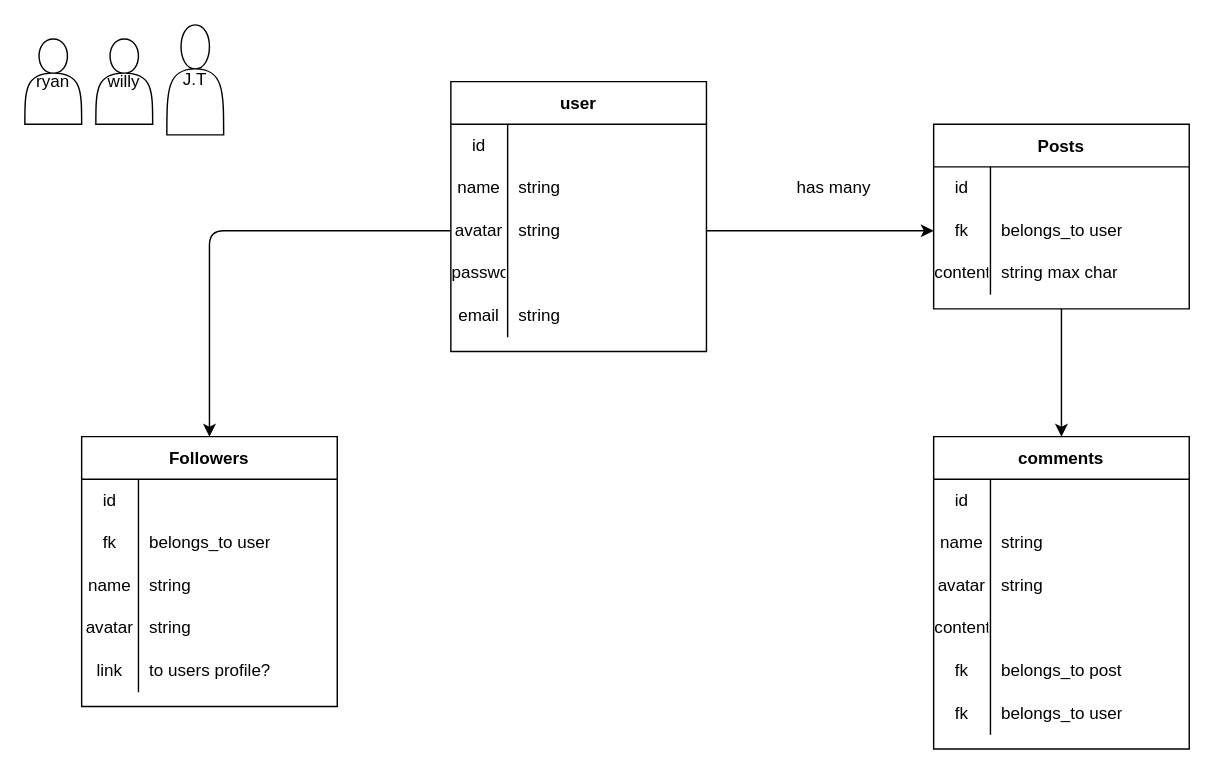
This is drawio.drawio from Bombbilly14/social-media-app, a draw.io file, before an edit. Source tidied: cells renumbered, new cells numbered last; positions are measured from the earlier drawing's top-left corner, leaving out a move shared by most shapes. Both pictures are drawn from the tidied source at 142%, with x=0, y=0 at pixel (24, 24).
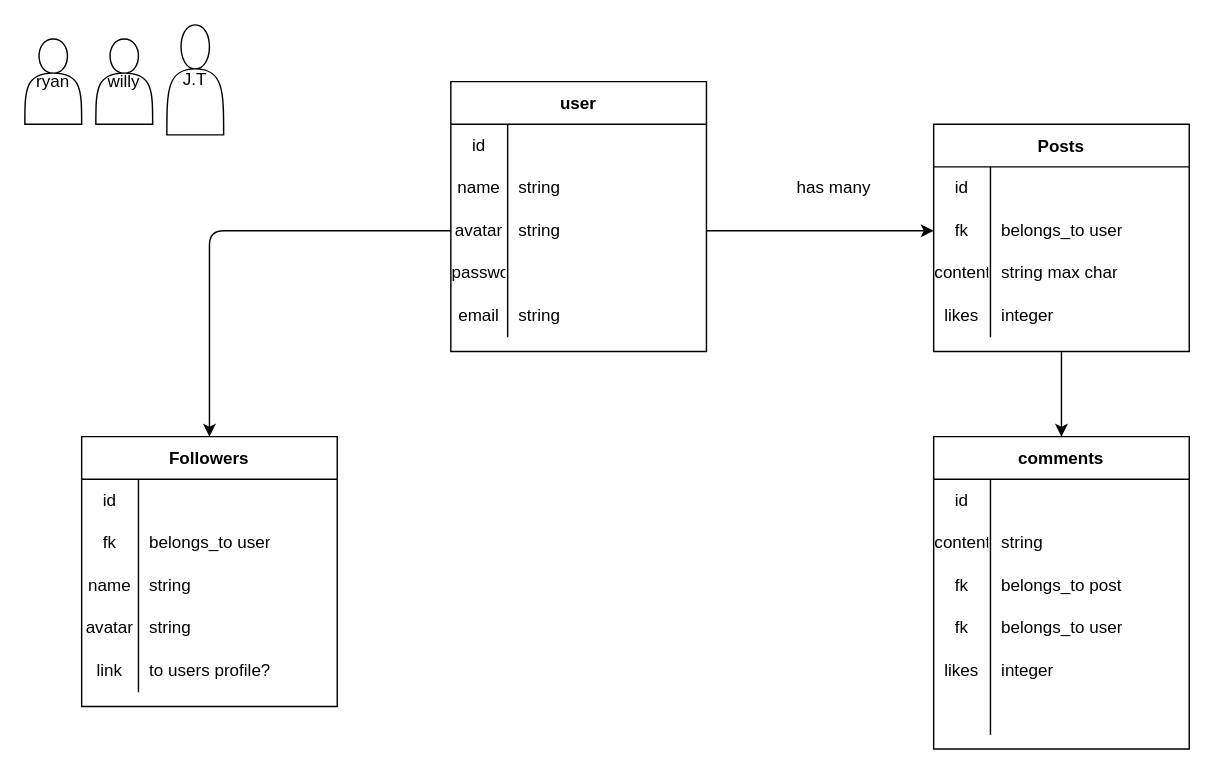
Above is the later version.

Unchanged cells that the change refers to:
```xml
<mxCell id="46" value="comments" style="shape=table;startSize=30;childLayout=tableLayout;rowLines=0;fontStyle=1;" parent="1" vertex="1">
  <mxGeometry x="640" y="290" width="180" height="220" as="geometry" />
</mxCell>
```

Change to the diagram source:
```diff
@@
     <mxCell id="3" value="Posts" style="shape=table;startSize=30;childLayout=tableLayout;rowLines=0;fontStyle=1;" parent="1" vertex="1">
-      <mxGeometry x="640" y="70" width="180" height="130" as="geometry" />
+      <mxGeometry x="640" y="70" width="180" height="160" as="geometry" />
     </mxCell>
@@
+    <mxCell id="70" style="shape=tableRow;horizontal=0;startSize=0;swimlaneHead=0;swimlaneBody=0;top=0;left=0;bottom=0;right=0;fillColor=none;" parent="3" vertex="1">
+      <mxGeometry y="120" width="180" height="30" as="geometry" />
+    </mxCell>
+    <mxCell id="71" value="likes" style="shape=partialRectangle;html=1;whiteSpace=wrap;fillColor=none;top=0;left=0;bottom=0;right=0;overflow=hidden;" parent="70" vertex="1">
+      <mxGeometry width="40" height="30" as="geometry" />
+    </mxCell>
+    <mxCell id="72" value="integer" style="shape=partialRectangle;html=1;whiteSpace=wrap;fillColor=none;top=0;left=0;bottom=0;right=0;align=left;spacingLeft=6;overflow=hidden;" parent="70" vertex="1">
+      <mxGeometry x="40" width="140" height="30" as="geometry" />
+    </mxCell>
@@
-    <mxCell id="50" style="shape=tableRow;horizontal=0;startSize=0;swimlaneHead=0;swimlaneBody=0;top=0;left=0;bottom=0;right=0;fillColor=none;" parent="46" vertex="1">
-      <mxGeometry y="60" width="180" height="30" as="geometry" />
-    </mxCell>
-    <mxCell id="51" value="name" style="shape=partialRectangle;html=1;whiteSpace=wrap;fillColor=none;top=0;left=0;bottom=0;right=0;overflow=hidden;" parent="50" vertex="1">
-      <mxGeometry width="40" height="30" as="geometry" />
-    </mxCell>
-    <mxCell id="52" value="string" style="shape=partialRectangle;html=1;whiteSpace=wrap;fillColor=none;top=0;left=0;bottom=0;right=0;align=left;spacingLeft=6;overflow=hidden;" parent="50" vertex="1">
-      <mxGeometry x="40" width="140" height="30" as="geometry" />
-    </mxCell>
-    <mxCell id="53" style="shape=tableRow;horizontal=0;startSize=0;swimlaneHead=0;swimlaneBody=0;top=0;left=0;bottom=0;right=0;fillColor=none;" parent="46" vertex="1">
-      <mxGeometry y="90" width="180" height="30" as="geometry" />
-    </mxCell>
-    <mxCell id="54" value="avatar" style="shape=partialRectangle;html=1;whiteSpace=wrap;fillColor=none;top=0;left=0;bottom=0;right=0;overflow=hidden;" parent="53" vertex="1">
-      <mxGeometry width="40" height="30" as="geometry" />
-    </mxCell>
-    <mxCell id="55" value="string" style="shape=partialRectangle;html=1;whiteSpace=wrap;fillColor=none;top=0;left=0;bottom=0;right=0;align=left;spacingLeft=6;overflow=hidden;" parent="53" vertex="1">
-      <mxGeometry x="40" width="140" height="30" as="geometry" />
-    </mxCell>
     <mxCell id="56" style="shape=tableRow;horizontal=0;startSize=0;swimlaneHead=0;swimlaneBody=0;top=0;left=0;bottom=0;right=0;fillColor=none;" parent="46" vertex="1">
-      <mxGeometry y="120" width="180" height="30" as="geometry" />
+      <mxGeometry y="60" width="180" height="30" as="geometry" />
     </mxCell>
@@
-    <mxCell id="58" style="shape=partialRectangle;html=1;whiteSpace=wrap;fillColor=none;top=0;left=0;bottom=0;right=0;align=left;spacingLeft=6;overflow=hidden;" parent="56" vertex="1">
+    <mxCell id="58" value="string" style="shape=partialRectangle;html=1;whiteSpace=wrap;fillColor=none;top=0;left=0;bottom=0;right=0;align=left;spacingLeft=6;overflow=hidden;" parent="56" vertex="1">
       <mxGeometry x="40" width="140" height="30" as="geometry" />
     </mxCell>
     <mxCell id="59" style="shape=tableRow;horizontal=0;startSize=0;swimlaneHead=0;swimlaneBody=0;top=0;left=0;bottom=0;right=0;fillColor=none;" parent="46" vertex="1">
-      <mxGeometry y="150" width="180" height="30" as="geometry" />
+      <mxGeometry y="90" width="180" height="30" as="geometry" />
     </mxCell>
@@
     <mxCell id="62" style="shape=tableRow;horizontal=0;startSize=0;swimlaneHead=0;swimlaneBody=0;top=0;left=0;bottom=0;right=0;fillColor=none;" parent="46" vertex="1">
-      <mxGeometry y="180" width="180" height="30" as="geometry" />
+      <mxGeometry y="120" width="180" height="30" as="geometry" />
     </mxCell>
@@
+    <mxCell id="50" style="shape=tableRow;horizontal=0;startSize=0;swimlaneHead=0;swimlaneBody=0;top=0;left=0;bottom=0;right=0;fillColor=none;" parent="46" vertex="1">
+      <mxGeometry y="150" width="180" height="30" as="geometry" />
+    </mxCell>
+    <mxCell id="51" value="likes" style="shape=partialRectangle;html=1;whiteSpace=wrap;fillColor=none;top=0;left=0;bottom=0;right=0;overflow=hidden;" parent="50" vertex="1">
+      <mxGeometry width="40" height="30" as="geometry" />
+    </mxCell>
+    <mxCell id="52" value="integer" style="shape=partialRectangle;html=1;whiteSpace=wrap;fillColor=none;top=0;left=0;bottom=0;right=0;align=left;spacingLeft=6;overflow=hidden;" parent="50" vertex="1">
+      <mxGeometry x="40" width="140" height="30" as="geometry" />
+    </mxCell>
+    <mxCell id="53" style="shape=tableRow;horizontal=0;startSize=0;swimlaneHead=0;swimlaneBody=0;top=0;left=0;bottom=0;right=0;fillColor=none;" parent="46" vertex="1">
+      <mxGeometry y="180" width="180" height="30" as="geometry" />
+    </mxCell>
+    <mxCell id="54" style="shape=partialRectangle;html=1;whiteSpace=wrap;fillColor=none;top=0;left=0;bottom=0;right=0;overflow=hidden;" parent="53" vertex="1">
+      <mxGeometry width="40" height="30" as="geometry" />
+    </mxCell>
+    <mxCell id="55" style="shape=partialRectangle;html=1;whiteSpace=wrap;fillColor=none;top=0;left=0;bottom=0;right=0;align=left;spacingLeft=6;overflow=hidden;" parent="53" vertex="1">
+      <mxGeometry x="40" width="140" height="30" as="geometry" />
+    </mxCell>
```
